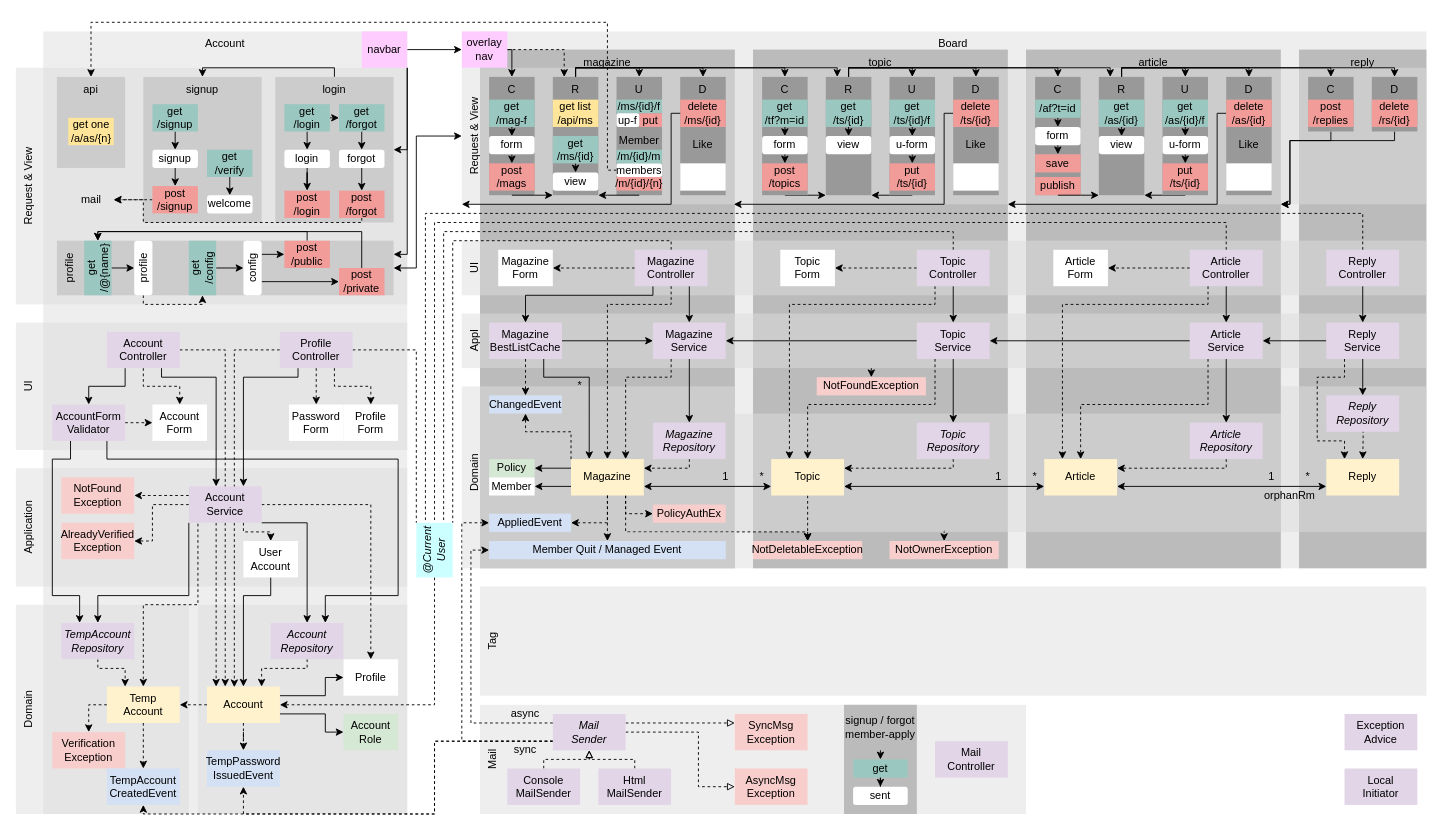
Above: diagram.drawio in suloginscene/dinner (draw.io), before the change. Source tidied: cells renumbered, new cells numbered last; positions are measured from the earlier drawing's top-left corner, leaving out a move shared by most shapes. Both pictures are drawn from the tidied source at 91%, with x=0, y=0 at pixel (15, 22).
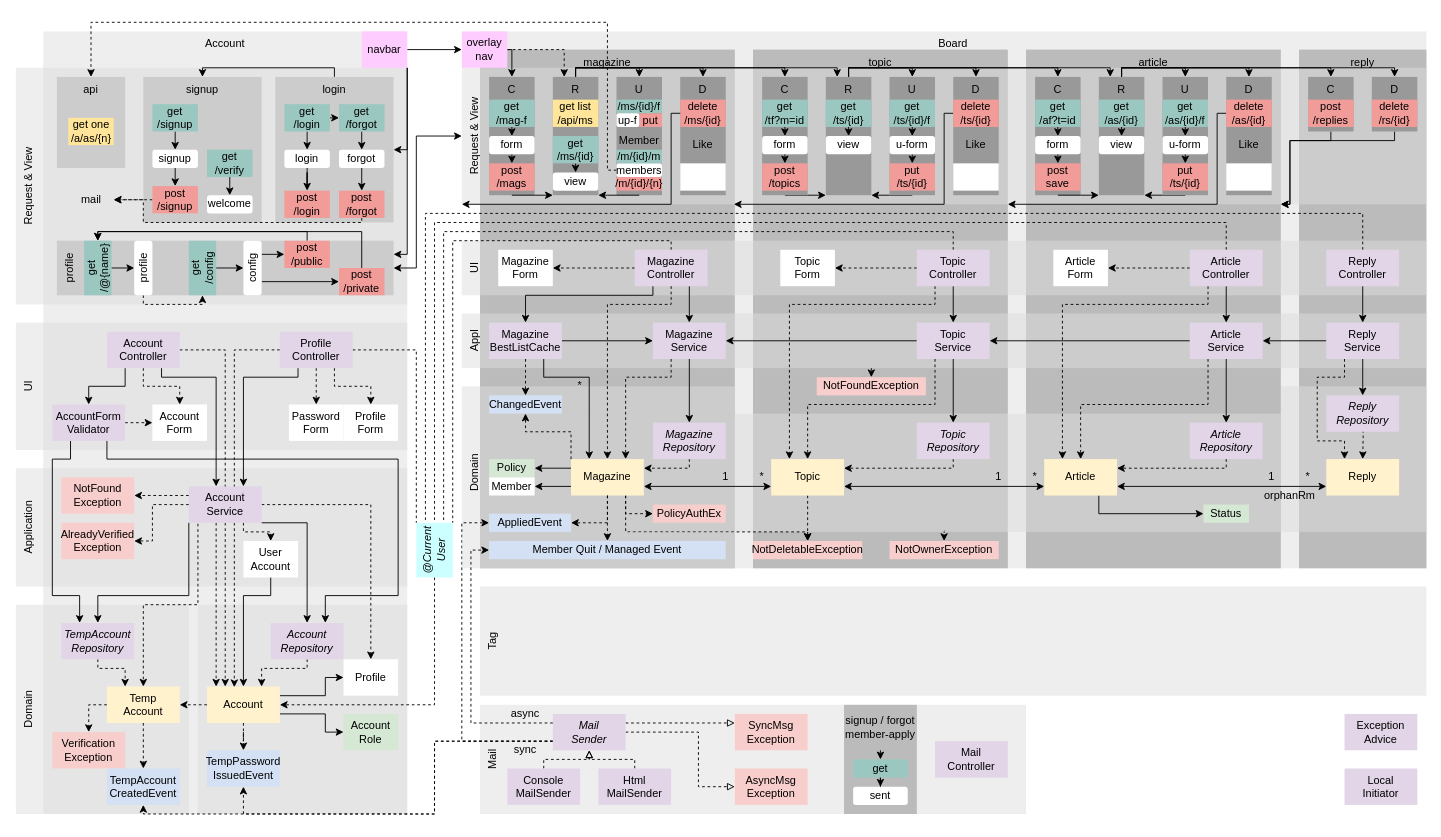
The same page after the edit.

The change refers to these unchanged cells:
```xml
<mxCell id="176" value="Article" style="rounded=0;whiteSpace=wrap;html=1;strokeColor=none;fillColor=#FFF2CC;" parent="1" vertex="1">
  <mxGeometry x="1130" y="480" width="80" height="40" as="geometry" />
</mxCell>
```

Diff of the diagram source:
```diff
@@
+    <mxCell id="323" style="edgeStyle=orthogonalEdgeStyle;rounded=0;jettySize=auto;html=1;exitX=0.75;exitY=1;exitDx=0;exitDy=0;entryX=0;entryY=0.5;entryDx=0;entryDy=0;" parent="1" edge="1" source="176" target="324">
+      <mxGeometry relative="1" as="geometry" />
+    </mxCell>
@@
-    <mxCell id="211" value="/af?t=id" style="rounded=0;whiteSpace=wrap;html=1;fontStyle=0;strokeColor=none;fillColor=#9AC7BF;" parent="1" vertex="1">
-      <mxGeometry x="1120" y="85" width="50" height="20" as="geometry" />
+    <mxCell id="211" value="get&lt;br&gt;/af?t=id" style="rounded=0;whiteSpace=wrap;html=1;fontStyle=0;strokeColor=none;fillColor=#9AC7BF;" parent="1" vertex="1">
+      <mxGeometry x="1120" y="85" width="50" height="30" as="geometry" />
     </mxCell>
@@
     <mxCell id="213" value="form" style="rounded=1;whiteSpace=wrap;html=1;strokeColor=none;" parent="1" vertex="1">
-      <mxGeometry x="1120" y="115" width="50" height="20" as="geometry" />
+      <mxGeometry x="1120" y="125" width="50" height="20" as="geometry" />
     </mxCell>
-    <mxCell id="214" value="save" style="rounded=0;whiteSpace=wrap;html=1;fontStyle=0;strokeColor=none;fillColor=#F19C99;" parent="1" vertex="1">
-      <mxGeometry x="1120" y="145" width="50" height="20" as="geometry" />
+    <mxCell id="214" value="post&lt;br&gt;save" style="rounded=0;whiteSpace=wrap;html=1;fontStyle=0;strokeColor=none;fillColor=#F19C99;" parent="1" vertex="1">
+      <mxGeometry x="1120" y="155" width="50" height="30" as="geometry" />
     </mxCell>
@@
-    <mxCell id="234" value="publish" style="rounded=0;whiteSpace=wrap;html=1;fontStyle=0;strokeColor=none;fillColor=#F19C99;" parent="1" vertex="1">
-      <mxGeometry x="1120" y="170" width="50" height="20" as="geometry" />
-    </mxCell>
@@
+    <mxCell id="324" value="Status" style="rounded=0;whiteSpace=wrap;html=1;strokeColor=none;fillColor=#D5E8D4;" parent="1" vertex="1">
+      <mxGeometry x="1305" y="530" width="50" height="20" as="geometry" />
+    </mxCell>
```
